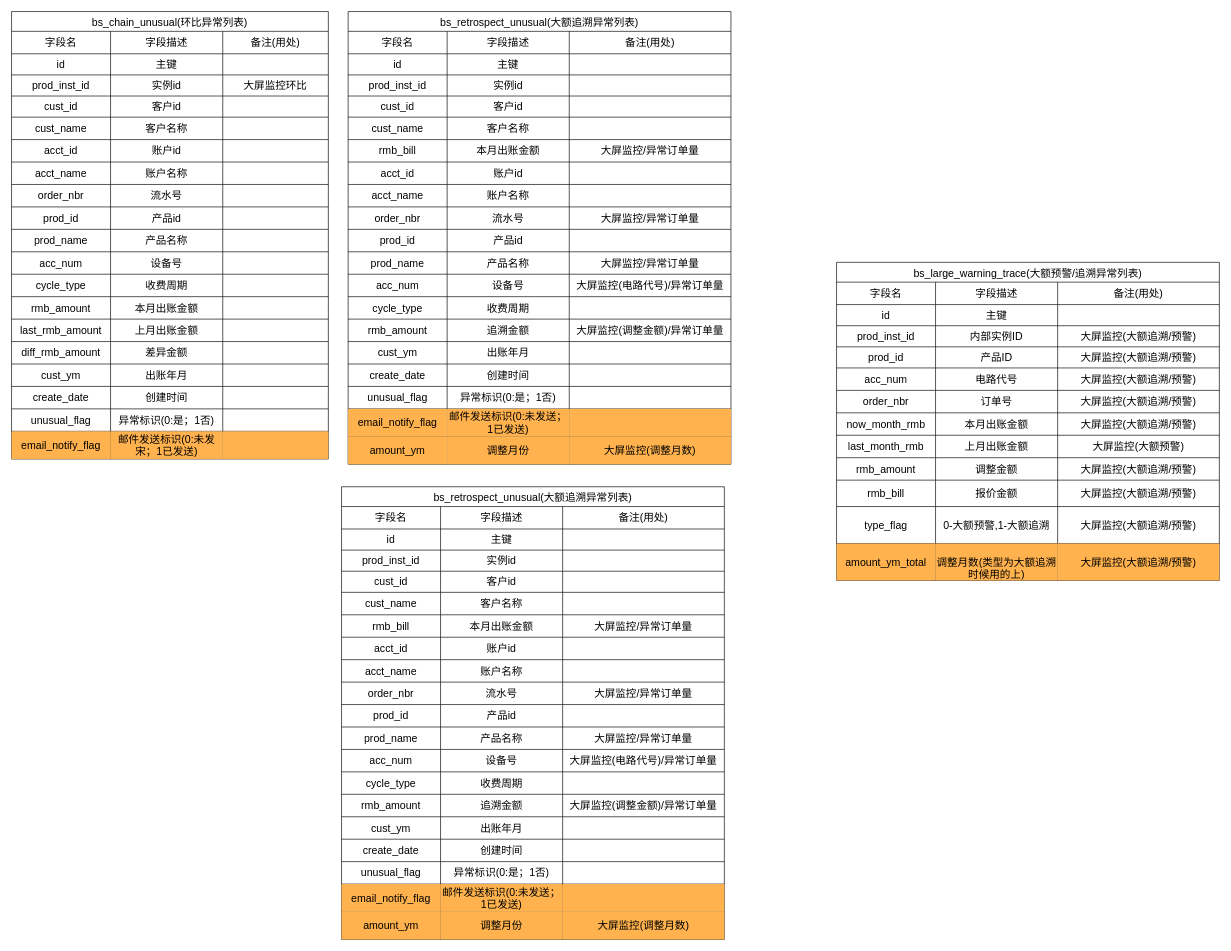
Before: 环比异常设计.drawio in kunge2013/draw_view, a draw.io diagram. Source tidied: cells renumbered, new cells numbered last; positions are measured from the earlier drawing's top-left corner, leaving out a move shared by most shapes. Both pictures are drawn from the tidied source at 66%, with x=0, y=0 at pixel (11, 11).
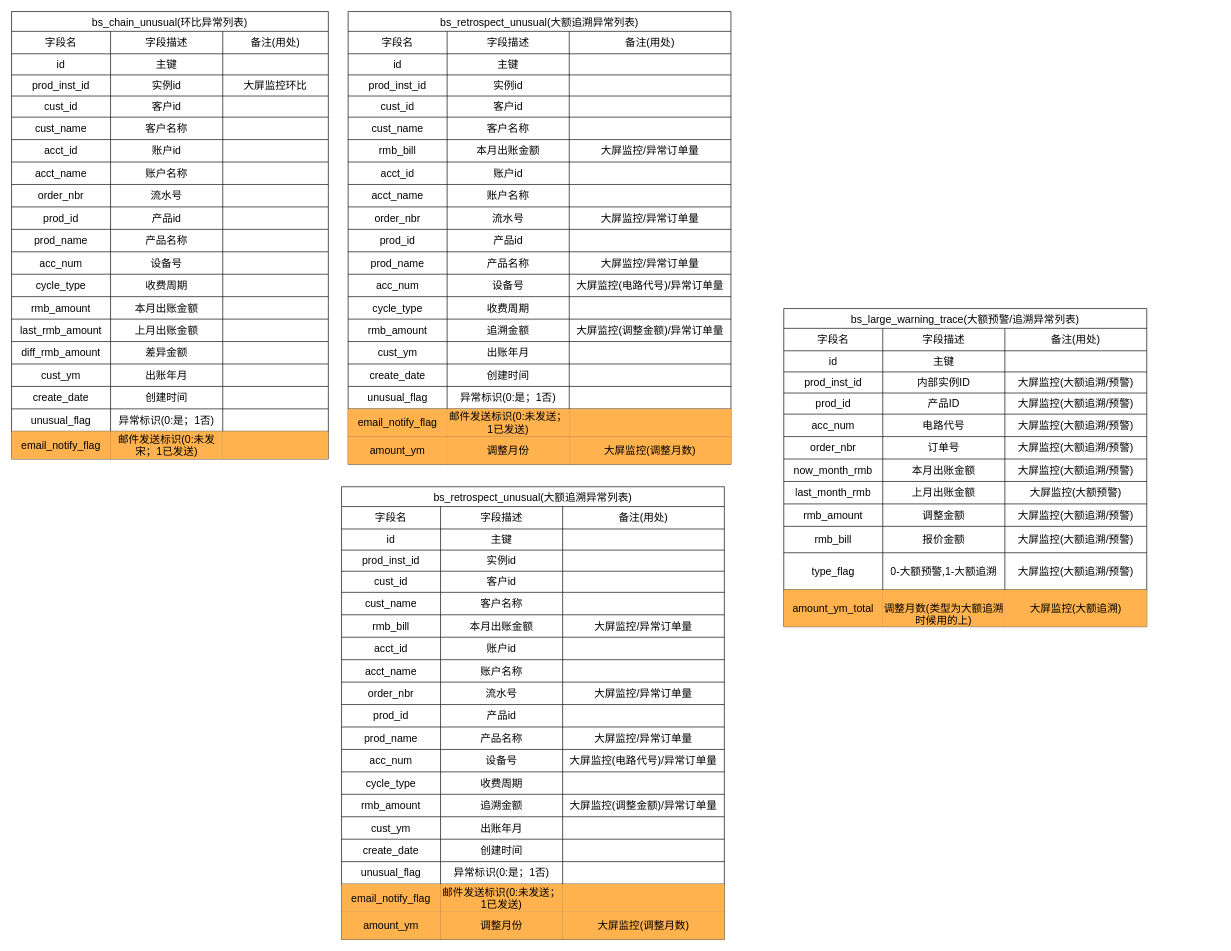
The same diagram, later.

Commit message (it also covers changes not shown here):
更新环比异常设计.drawio

What changed in the source:
```diff
@@
     <mxCell id="156" value="bs_large_warning_trace(大额预警/追溯异常列表)" style="shape=table;startSize=30;childLayout=tableLayout;strokeColor=default;fontSize=16;" parent="1" vertex="1">
-      <mxGeometry x="1250" y="380" width="580" height="482" as="geometry" />
+      <mxGeometry x="1170" y="450" width="550" height="482" as="geometry" />
     </mxCell>
     <mxCell id="157" style="shape=tableRow;horizontal=0;startSize=0;swimlaneHead=0;swimlaneBody=0;strokeColor=inherit;top=0;left=0;bottom=0;right=0;fillColor=none;fontSize=16;" parent="156" vertex="1">
-      <mxGeometry y="30" width="580" height="34" as="geometry" />
+      <mxGeometry y="30" width="550" height="34" as="geometry" />
     </mxCell>
@@
     <mxCell id="160" value="&lt;span style=&quot;color: rgb(0, 0, 0); font-family: Helvetica; font-size: 16px; font-style: normal; font-variant-ligatures: normal; font-variant-caps: normal; font-weight: 400; letter-spacing: normal; orphans: 2; text-align: center; text-indent: 0px; text-transform: none; widows: 2; word-spacing: 0px; -webkit-text-stroke-width: 0px; background-color: rgb(251, 251, 251); text-decoration-thickness: initial; text-decoration-style: initial; text-decoration-color: initial; float: none; display: inline !important;&quot;&gt;备注(用处)&lt;/span&gt;" style="shape=partialRectangle;html=1;whiteSpace=wrap;strokeColor=inherit;overflow=hidden;fillColor=none;top=0;left=0;bottom=0;right=0;fontSize=16;" parent="157" vertex="1">
-      <mxGeometry x="335" width="245" height="34" as="geometry" />
+      <mxGeometry x="335" width="215" height="34" as="geometry" />
     </mxCell>
     <mxCell id="161" style="shape=tableRow;horizontal=0;startSize=0;swimlaneHead=0;swimlaneBody=0;strokeColor=inherit;top=0;left=0;bottom=0;right=0;fillColor=none;fontSize=16;" parent="156" vertex="1">
-      <mxGeometry y="64" width="580" height="32" as="geometry" />
+      <mxGeometry y="64" width="550" height="32" as="geometry" />
     </mxCell>
@@
     <mxCell id="164" style="shape=partialRectangle;html=1;whiteSpace=wrap;strokeColor=inherit;overflow=hidden;fillColor=none;top=0;left=0;bottom=0;right=0;fontSize=16;" parent="161" vertex="1">
-      <mxGeometry x="335" width="245" height="32" as="geometry" />
+      <mxGeometry x="335" width="215" height="32" as="geometry" />
     </mxCell>
     <mxCell id="165" style="shape=tableRow;horizontal=0;startSize=0;swimlaneHead=0;swimlaneBody=0;strokeColor=inherit;top=0;left=0;bottom=0;right=0;fillColor=none;fontSize=16;" parent="156" vertex="1">
-      <mxGeometry y="96" width="580" height="32" as="geometry" />
+      <mxGeometry y="96" width="550" height="32" as="geometry" />
     </mxCell>
@@
     <mxCell id="168" value="大屏监控(大额追溯/预警)" style="shape=partialRectangle;html=1;whiteSpace=wrap;strokeColor=inherit;overflow=hidden;fillColor=none;top=0;left=0;bottom=0;right=0;fontSize=16;" parent="165" vertex="1">
-      <mxGeometry x="335" width="245" height="32" as="geometry" />
+      <mxGeometry x="335" width="215" height="32" as="geometry" />
     </mxCell>
     <mxCell id="169" style="shape=tableRow;horizontal=0;startSize=0;swimlaneHead=0;swimlaneBody=0;strokeColor=inherit;top=0;left=0;bottom=0;right=0;fillColor=none;fontSize=16;" parent="156" vertex="1">
-      <mxGeometry y="128" width="580" height="32" as="geometry" />
+      <mxGeometry y="128" width="550" height="32" as="geometry" />
     </mxCell>
@@
     <mxCell id="172" value="大屏监控(大额追溯/预警)" style="shape=partialRectangle;html=1;whiteSpace=wrap;strokeColor=inherit;overflow=hidden;fillColor=none;top=0;left=0;bottom=0;right=0;fontSize=16;" parent="169" vertex="1">
-      <mxGeometry x="335" width="245" height="32" as="geometry" />
+      <mxGeometry x="335" width="215" height="32" as="geometry" />
     </mxCell>
     <mxCell id="173" style="shape=tableRow;horizontal=0;startSize=0;swimlaneHead=0;swimlaneBody=0;strokeColor=inherit;top=0;left=0;bottom=0;right=0;fillColor=none;fontSize=16;" parent="156" vertex="1">
-      <mxGeometry y="160" width="580" height="34" as="geometry" />
+      <mxGeometry y="160" width="550" height="34" as="geometry" />
     </mxCell>
@@
     <mxCell id="176" value="大屏监控(大额追溯/预警)" style="shape=partialRectangle;html=1;whiteSpace=wrap;strokeColor=inherit;overflow=hidden;fillColor=none;top=0;left=0;bottom=0;right=0;fontSize=16;" parent="173" vertex="1">
-      <mxGeometry x="335" width="245" height="34" as="geometry" />
+      <mxGeometry x="335" width="215" height="34" as="geometry" />
     </mxCell>
     <mxCell id="177" style="shape=tableRow;horizontal=0;startSize=0;swimlaneHead=0;swimlaneBody=0;strokeColor=inherit;top=0;left=0;bottom=0;right=0;fillColor=none;fontSize=16;" parent="156" vertex="1">
-      <mxGeometry y="194" width="580" height="34" as="geometry" />
+      <mxGeometry y="194" width="550" height="34" as="geometry" />
     </mxCell>
@@
     <mxCell id="180" value="大屏监控(大额追溯/预警)" style="shape=partialRectangle;html=1;whiteSpace=wrap;strokeColor=inherit;overflow=hidden;fillColor=none;top=0;left=0;bottom=0;right=0;fontSize=16;" parent="177" vertex="1">
-      <mxGeometry x="335" width="245" height="34" as="geometry" />
+      <mxGeometry x="335" width="215" height="34" as="geometry" />
     </mxCell>
     <mxCell id="181" style="shape=tableRow;horizontal=0;startSize=0;swimlaneHead=0;swimlaneBody=0;strokeColor=inherit;top=0;left=0;bottom=0;right=0;fillColor=none;fontSize=16;" parent="156" vertex="1">
-      <mxGeometry y="228" width="580" height="34" as="geometry" />
+      <mxGeometry y="228" width="550" height="34" as="geometry" />
     </mxCell>
@@
     <mxCell id="184" value="大屏监控(大额追溯/预警)" style="shape=partialRectangle;html=1;whiteSpace=wrap;strokeColor=inherit;overflow=hidden;fillColor=none;top=0;left=0;bottom=0;right=0;fontSize=16;" parent="181" vertex="1">
-      <mxGeometry x="335" width="245" height="34" as="geometry" />
+      <mxGeometry x="335" width="215" height="34" as="geometry" />
     </mxCell>
     <mxCell id="185" style="shape=tableRow;horizontal=0;startSize=0;swimlaneHead=0;swimlaneBody=0;strokeColor=inherit;top=0;left=0;bottom=0;right=0;fillColor=none;fontSize=16;" parent="156" vertex="1">
-      <mxGeometry y="262" width="580" height="34" as="geometry" />
+      <mxGeometry y="262" width="550" height="34" as="geometry" />
     </mxCell>
@@
     <mxCell id="188" value="大屏监控(大额预警)" style="shape=partialRectangle;html=1;whiteSpace=wrap;strokeColor=inherit;overflow=hidden;fillColor=none;top=0;left=0;bottom=0;right=0;fontSize=16;" parent="185" vertex="1">
-      <mxGeometry x="335" width="245" height="34" as="geometry" />
+      <mxGeometry x="335" width="215" height="34" as="geometry" />
     </mxCell>
     <mxCell id="189" style="shape=tableRow;horizontal=0;startSize=0;swimlaneHead=0;swimlaneBody=0;strokeColor=inherit;top=0;left=0;bottom=0;right=0;fillColor=none;fontSize=16;" parent="156" vertex="1">
-      <mxGeometry y="296" width="580" height="34" as="geometry" />
+      <mxGeometry y="296" width="550" height="34" as="geometry" />
     </mxCell>
@@
     <mxCell id="192" value="大屏监控(大额追溯/预警)" style="shape=partialRectangle;html=1;whiteSpace=wrap;strokeColor=inherit;overflow=hidden;fillColor=none;top=0;left=0;bottom=0;right=0;fontSize=16;" parent="189" vertex="1">
-      <mxGeometry x="335" width="245" height="34" as="geometry" />
+      <mxGeometry x="335" width="215" height="34" as="geometry" />
     </mxCell>
     <mxCell id="193" style="shape=tableRow;horizontal=0;startSize=0;swimlaneHead=0;swimlaneBody=0;strokeColor=inherit;top=0;left=0;bottom=0;right=0;fillColor=none;fontSize=16;" parent="156" vertex="1">
-      <mxGeometry y="330" width="580" height="40" as="geometry" />
+      <mxGeometry y="330" width="550" height="40" as="geometry" />
     </mxCell>
@@
     <mxCell id="196" value="大屏监控(大额追溯/预警)" style="shape=partialRectangle;html=1;whiteSpace=wrap;strokeColor=inherit;overflow=hidden;fillColor=none;top=0;left=0;bottom=0;right=0;fontSize=16;" parent="193" vertex="1">
-      <mxGeometry x="335" width="245" height="40" as="geometry" />
+      <mxGeometry x="335" width="215" height="40" as="geometry" />
     </mxCell>
     <mxCell id="197" style="shape=tableRow;horizontal=0;startSize=0;swimlaneHead=0;swimlaneBody=0;strokeColor=inherit;top=0;left=0;bottom=0;right=0;fillColor=none;fontSize=16;" parent="156" vertex="1">
-      <mxGeometry y="370" width="580" height="56" as="geometry" />
+      <mxGeometry y="370" width="550" height="56" as="geometry" />
     </mxCell>
@@
     <mxCell id="200" value="大屏监控(大额追溯/预警)" style="shape=partialRectangle;html=1;whiteSpace=wrap;strokeColor=inherit;overflow=hidden;fillColor=none;top=0;left=0;bottom=0;right=0;fontSize=16;" parent="197" vertex="1">
-      <mxGeometry x="335" width="245" height="56" as="geometry" />
+      <mxGeometry x="335" width="215" height="56" as="geometry" />
     </mxCell>
     <mxCell id="201" style="shape=tableRow;horizontal=0;startSize=0;swimlaneHead=0;swimlaneBody=0;strokeColor=inherit;top=0;left=0;bottom=0;right=0;fillColor=none;fontSize=16;" parent="156" vertex="1">
-      <mxGeometry y="426" width="580" height="56" as="geometry" />
+      <mxGeometry y="426" width="550" height="56" as="geometry" />
     </mxCell>
@@
-    <mxCell id="204" value="大屏监控(大额追溯/预警)" style="shape=partialRectangle;html=1;whiteSpace=wrap;strokeColor=inherit;overflow=hidden;fillColor=#FFB24D;top=0;left=0;bottom=0;right=0;fontSize=16;" parent="201" vertex="1">
-      <mxGeometry x="335" width="245" height="56" as="geometry" />
+    <mxCell id="204" value="大屏监控(大额追溯)" style="shape=partialRectangle;html=1;whiteSpace=wrap;strokeColor=inherit;overflow=hidden;fillColor=#FFB24D;top=0;left=0;bottom=0;right=0;fontSize=16;" parent="201" vertex="1">
+      <mxGeometry x="335" width="215" height="56" as="geometry" />
     </mxCell>
```
